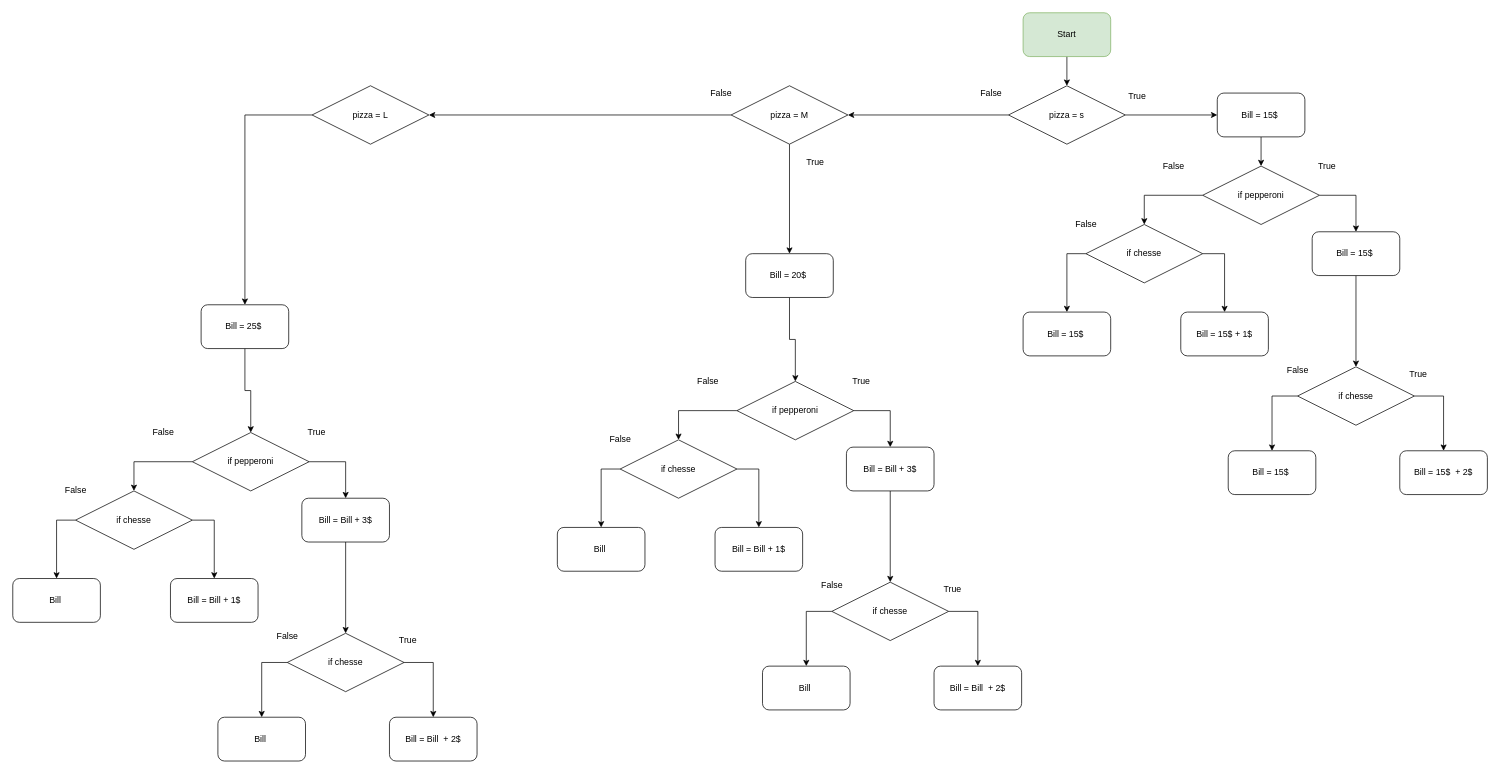
Above: Unbenanntes Diagramm.drawio in extremserhat/python_kurs (draw.io), before the change. Source tidied: cells renumbered, new cells numbered last; positions are measured from the earlier drawing's top-left corner, leaving out a move shared by most shapes. Both pictures are drawn from the tidied source at 73%, with x=0, y=0 at pixel (12, 12).
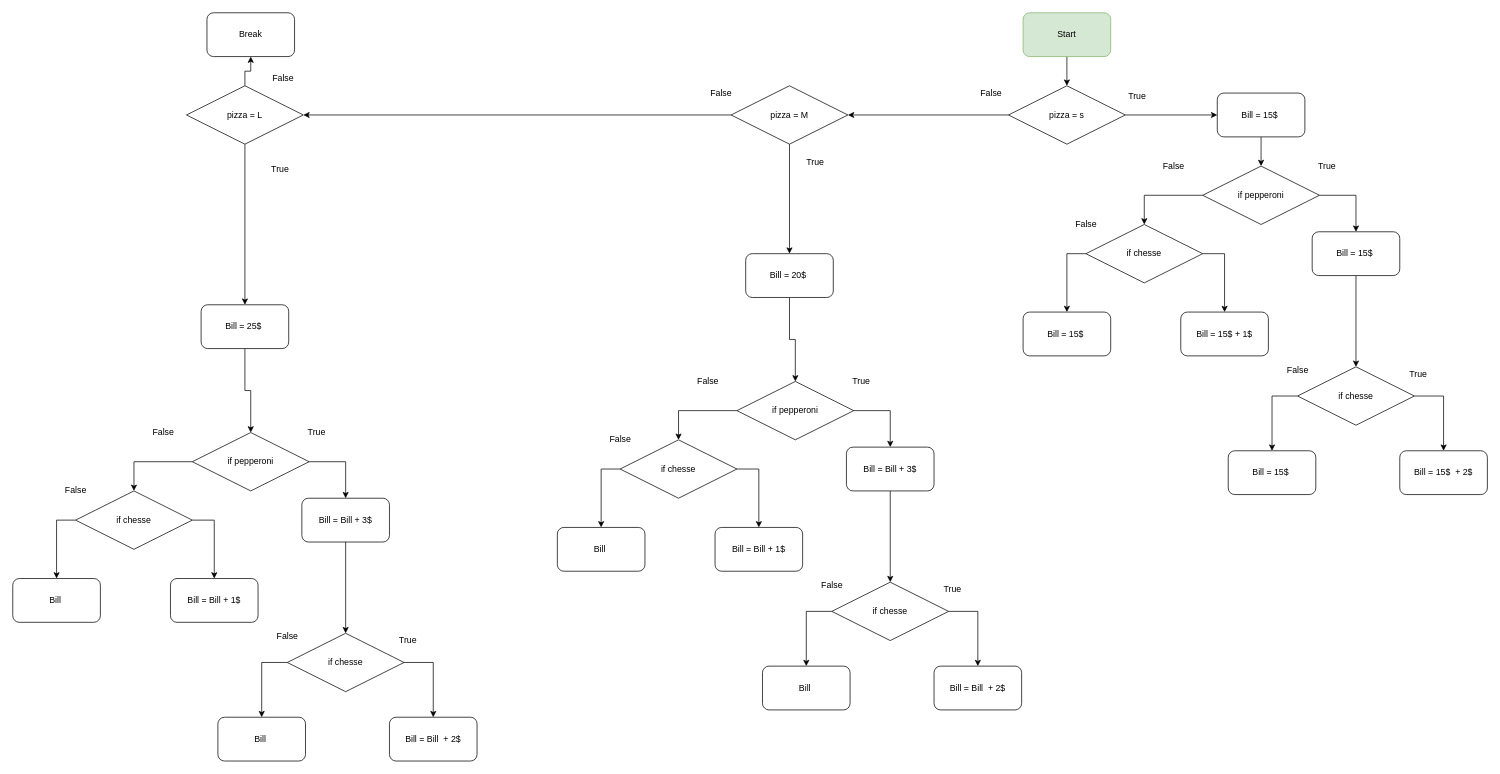
The same diagram, later.

Unchanged cells that the change refers to:
```xml
<mxCell id="81" value="Bill = 25$&amp;nbsp;" style="rounded=1;whiteSpace=wrap;html=1;" parent="1" vertex="1">
  <mxGeometry x="258" y="400" width="120" height="60" as="geometry" />
</mxCell>
```

Change to the diagram source:
```diff
@@
-    <mxCell id="56" style="edgeStyle=orthogonalEdgeStyle;rounded=0;jettySize=auto;html=1;exitX=0;exitY=0.5;exitDx=0;exitDy=0;" parent="1" edge="1" source="57" target="81">
+    <mxCell id="56" style="edgeStyle=orthogonalEdgeStyle;rounded=0;jettySize=auto;html=1;exitX=0.5;exitY=1;exitDx=0;exitDy=0;" parent="1" edge="1" source="57" target="81">
       <mxGeometry relative="1" as="geometry" />
     </mxCell>
+    <mxCell id="82" style="edgeStyle=orthogonalEdgeStyle;rounded=0;jettySize=auto;html=1;exitX=0.5;exitY=0;exitDx=0;exitDy=0;" parent="1" edge="1" source="57" target="84">
+      <mxGeometry relative="1" as="geometry" />
+    </mxCell>
     <mxCell id="57" value="pizza = L" style="rhombus;whiteSpace=wrap;html=1;" parent="1" vertex="1">
-      <mxGeometry x="410" y="100" width="160" height="80" as="geometry" />
+      <mxGeometry x="238" y="100" width="160" height="80" as="geometry" />
     </mxCell>
@@
+    <mxCell id="83" value="True" style="text;html=1;align=center;verticalAlign=middle;strokeColor=none;fillColor=none;" parent="1" vertex="1">
+      <mxGeometry x="341" y="200" width="50" height="30" as="geometry" />
+    </mxCell>
+    <mxCell id="84" value="Break" style="rounded=1;whiteSpace=wrap;html=1;" parent="1" vertex="1">
+      <mxGeometry x="266" width="120" height="60" as="geometry" />
+    </mxCell>
+    <mxCell id="85" value="False" style="text;html=1;align=center;verticalAlign=middle;strokeColor=none;fillColor=none;" parent="1" vertex="1">
+      <mxGeometry x="345" y="75" width="50" height="30" as="geometry" />
+    </mxCell>
```
